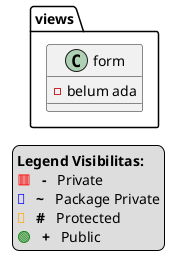
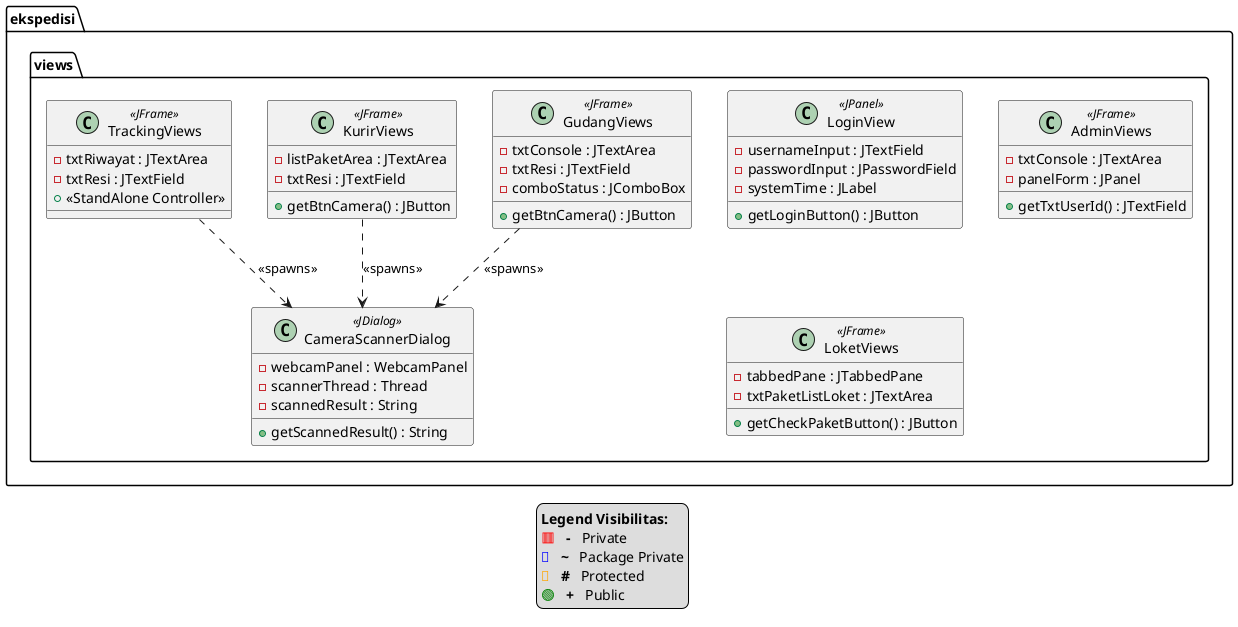
@startuml
- 'https://plantuml.com/class-diagram
+ package "ekspedisi.views" <<folder>> {

- package "views" <<folder>>{
-     class "form"{
-     - belum ada
+     class LoginView <<JPanel>> {
+         - usernameInput : JTextField
+         - passwordInput : JPasswordField
+         - systemTime : JLabel
+         + getLoginButton() : JButton
+     }
+ 
+     class AdminViews <<JFrame>> {
+         - txtConsole : JTextArea
+         - panelForm : JPanel
+         + getTxtUserId() : JTextField
+     }
+ 
+     class LoketViews <<JFrame>> {
+         - tabbedPane : JTabbedPane
+         - txtPaketListLoket : JTextArea
+         + getCheckPaketButton() : JButton
+     }
+ 
+     class GudangViews <<JFrame>> {
+         - txtConsole : JTextArea
+         - txtResi : JTextField
+         - comboStatus : JComboBox
+         + getBtnCamera() : JButton
+     }
+ 
+     class KurirViews <<JFrame>> {
+         - listPaketArea : JTextArea
+         - txtResi : JTextField
+         + getBtnCamera() : JButton
+     }
+ 
+     class TrackingViews <<JFrame>> {
+         - txtRiwayat : JTextArea
+         - txtResi : JTextField
+         + <<StandAlone Controller>>
+     }
+ 
+     class CameraScannerDialog <<JDialog>> {
+         - webcamPanel : WebcamPanel
+         - scannerThread : Thread
+         - scannedResult : String
+         + getScannedResult() : String
    }
}
+ 
+ ' Relasi Penggunaan Kamera
+ GudangViews ..> CameraScannerDialog : <<spawns>>
+ KurirViews ..> CameraScannerDialog : <<spawns>>
+ TrackingViews ..> CameraScannerDialog : <<spawns>>

'Legenda
legend bottom center
      <b>Legend Visibilitas:</b>
      <color:red>🟥</color>  <b> - </b>  Private
      <color:blue>🔷</color>  <b> ~ </b>  Package Private
      <color:orange>🔶</color>  <b> # </b>  Protected
      <color:green>🟢</color>  <b> + </b>  Public
endlegend

- 
@enduml